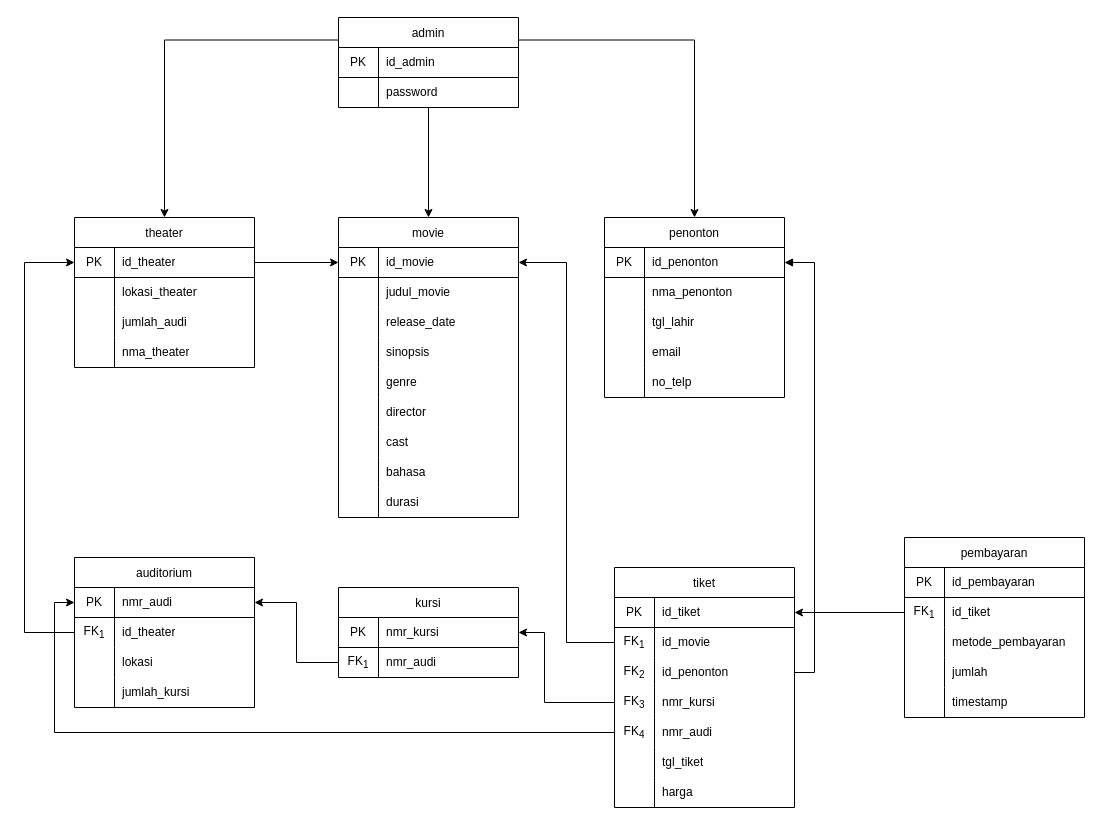
vinnnna/sistem-basis-data keeps this draw.io diagram as movie_pdm.drawio. Above is the earlier version. Source tidied: cells renumbered, new cells numbered last; positions are measured from the earlier drawing's top-left corner, leaving out a move shared by most shapes. Both pictures are drawn from the tidied source at 100%, with x=0, y=0 at pixel (24, 17).
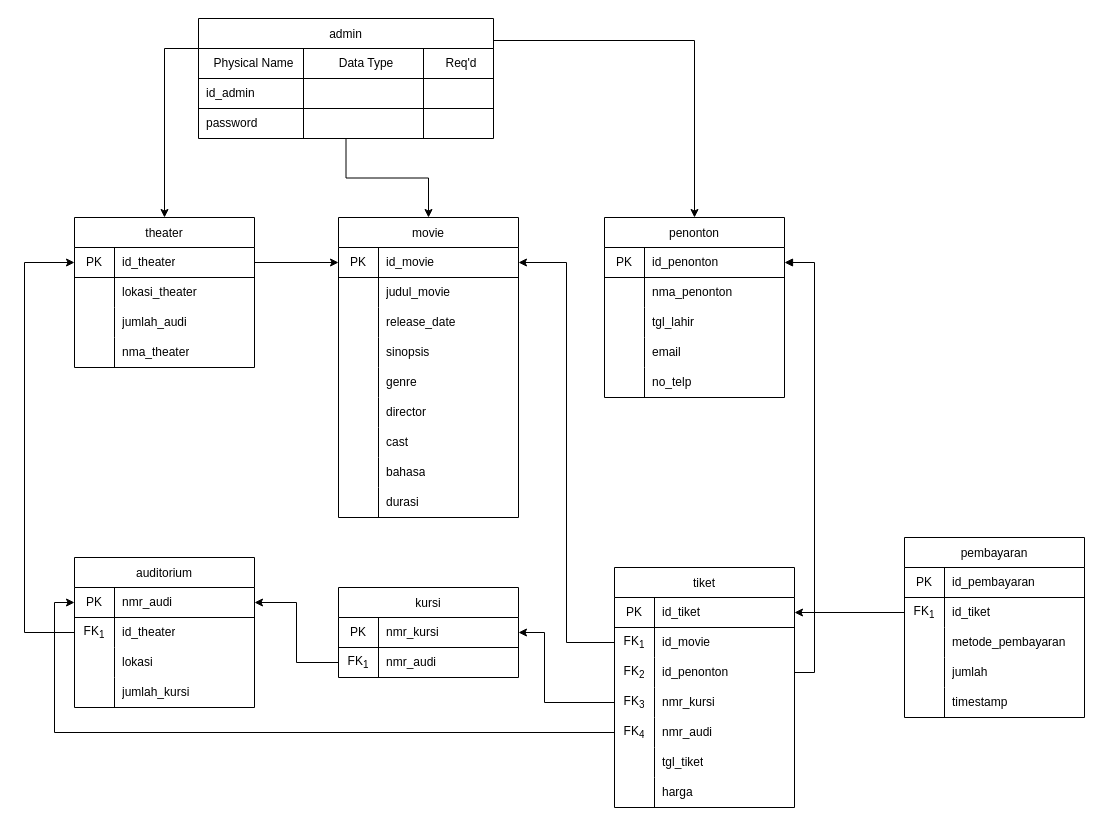
The same diagram, later.

The edit, as a diff of the source:
```diff
@@
     <mxCell id="99" value="admin" style="shape=table;startSize=30;childLayout=tableLayout;rowLines=0;fontStyle=0;strokeColor=default;fontSize=12;" parent="1" vertex="1">
-      <mxGeometry x="314" width="180" height="90" as="geometry" />
+      <mxGeometry x="174" y="1" width="295" height="120" as="geometry" />
     </mxCell>
+    <mxCell id="135" style="shape=tableRow;horizontal=0;startSize=0;swimlaneHead=0;swimlaneBody=0;top=0;left=0;bottom=0;right=0;fillColor=none;strokeColor=inherit;fontSize=12;" parent="99" vertex="1">
+      <mxGeometry y="30" width="295" height="30" as="geometry" />
+    </mxCell>
+    <mxCell id="136" value="Physical Name" style="shape=partialRectangle;html=1;whiteSpace=wrap;fillColor=none;top=0;left=0;bottom=1;right=0;align=center;spacingLeft=6;overflow=hidden;strokeColor=inherit;fontSize=12;strokeWidth=1;" parent="135" vertex="1">
+      <mxGeometry width="105" height="30" as="geometry" />
+    </mxCell>
+    <mxCell id="137" value="Data Type" style="shape=partialRectangle;html=1;whiteSpace=wrap;fillColor=none;top=0;left=0;bottom=1;right=0;align=center;spacingLeft=6;overflow=hidden;strokeColor=inherit;fontSize=12;strokeWidth=1;" parent="135" vertex="1">
+      <mxGeometry x="105" width="120" height="30" as="geometry" />
+    </mxCell>
+    <mxCell id="138" value="Req'd" style="shape=partialRectangle;html=1;whiteSpace=wrap;fillColor=none;top=0;left=0;bottom=1;right=0;align=center;spacingLeft=6;overflow=hidden;strokeColor=inherit;fontSize=12;strokeWidth=1;" parent="135" vertex="1">
+      <mxGeometry x="225" width="70" height="30" as="geometry" />
+    </mxCell>
     <mxCell id="100" style="shape=tableRow;horizontal=0;startSize=0;swimlaneHead=0;swimlaneBody=0;top=0;left=0;bottom=0;right=0;fillColor=none;strokeColor=inherit;fontSize=12;" parent="99" vertex="1">
-      <mxGeometry y="30" width="180" height="30" as="geometry" />
+      <mxGeometry y="60" width="295" height="30" as="geometry" />
     </mxCell>
-    <mxCell id="101" value="PK" style="shape=partialRectangle;html=1;whiteSpace=wrap;fillColor=none;top=0;left=0;bottom=1;right=0;overflow=hidden;strokeColor=inherit;fontSize=12;" parent="100" vertex="1">
-      <mxGeometry width="40" height="30" as="geometry" />
-    </mxCell>
     <mxCell id="102" value="id_admin" style="shape=partialRectangle;html=1;whiteSpace=wrap;fillColor=none;top=0;left=0;bottom=1;right=0;align=left;spacingLeft=6;overflow=hidden;strokeColor=inherit;fontSize=12;strokeWidth=1;" parent="100" vertex="1">
-      <mxGeometry x="40" width="140" height="30" as="geometry" />
+      <mxGeometry width="105" height="30" as="geometry" />
     </mxCell>
+    <mxCell id="139" style="shape=partialRectangle;html=1;whiteSpace=wrap;fillColor=none;top=0;left=0;bottom=1;right=0;align=left;spacingLeft=6;overflow=hidden;strokeColor=inherit;fontSize=12;strokeWidth=1;" parent="100" vertex="1">
+      <mxGeometry x="105" width="120" height="30" as="geometry" />
+    </mxCell>
+    <mxCell id="140" style="shape=partialRectangle;html=1;whiteSpace=wrap;fillColor=none;top=0;left=0;bottom=1;right=0;align=left;spacingLeft=6;overflow=hidden;strokeColor=inherit;fontSize=12;strokeWidth=1;" parent="100" vertex="1">
+      <mxGeometry x="225" width="70" height="30" as="geometry" />
+    </mxCell>
     <mxCell id="103" style="shape=tableRow;horizontal=0;startSize=0;swimlaneHead=0;swimlaneBody=0;top=0;left=0;bottom=0;right=0;fillColor=none;strokeColor=inherit;fontSize=12;" parent="99" vertex="1">
-      <mxGeometry y="60" width="180" height="30" as="geometry" />
+      <mxGeometry y="90" width="295" height="30" as="geometry" />
     </mxCell>
-    <mxCell id="104" style="shape=partialRectangle;html=1;whiteSpace=wrap;fillColor=none;top=0;left=0;bottom=0;right=0;overflow=hidden;strokeColor=inherit;fontSize=12;" parent="103" vertex="1">
-      <mxGeometry width="40" height="30" as="geometry" />
-    </mxCell>
     <mxCell id="105" value="password" style="shape=partialRectangle;html=1;whiteSpace=wrap;fillColor=none;top=0;left=0;bottom=0;right=0;align=left;spacingLeft=6;overflow=hidden;strokeColor=inherit;fontSize=12;" parent="103" vertex="1">
-      <mxGeometry x="40" width="140" height="30" as="geometry" />
+      <mxGeometry width="105" height="30" as="geometry" />
     </mxCell>
+    <mxCell id="141" style="shape=partialRectangle;html=1;whiteSpace=wrap;fillColor=none;top=0;left=0;bottom=0;right=0;align=left;spacingLeft=6;overflow=hidden;strokeColor=inherit;fontSize=12;" parent="103" vertex="1">
+      <mxGeometry x="105" width="120" height="30" as="geometry" />
+    </mxCell>
+    <mxCell id="142" style="shape=partialRectangle;html=1;whiteSpace=wrap;fillColor=none;top=0;left=0;bottom=0;right=0;align=left;spacingLeft=6;overflow=hidden;strokeColor=inherit;fontSize=12;" parent="103" vertex="1">
+      <mxGeometry x="225" width="70" height="30" as="geometry" />
+    </mxCell>
```
